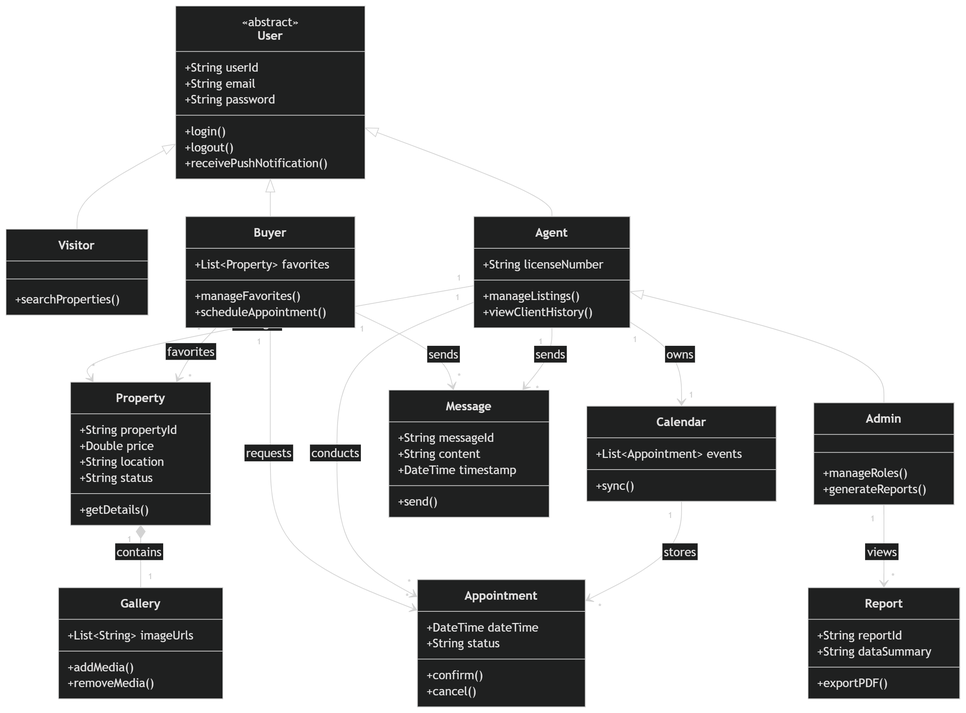
AZIZ-Soufiane/PropertyHub-PFE keeps this Mermaid diagram as Presentation/images/Class-Diagram.png. Above is the earlier version. Its source is kept beside it as Class-Diagram/Class-Diagram.mmd.
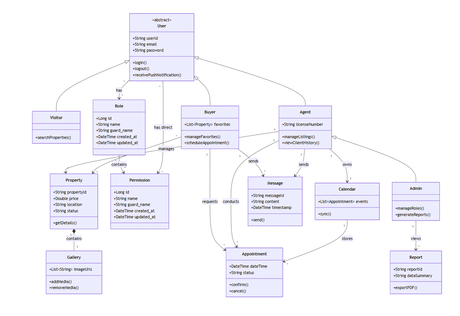
Above is the later version.

Commit message:
Updated Class Diagram

Diff of the diagram source:
```diff
@@ -30,6 +30,22 @@
 class Admin {
     +manageRoles()
     +generateReports()
+}
+
+class Role {
+    +Long id
+    +String name
+    +String guard_name
+    +DateTime created_at
+    +DateTime updated_at
+}
+
+class Permission {
+    +Long id
+    +String name
+    +String guard_name
+    +DateTime created_at
+    +DateTime updated_at
 }
 
 
@@ -96,3 +112,8 @@
 
 
 Admin "1" --> "*" Report : views
+
+
+User "*" --> "*" Role : has
+Role "*" --> "*" Permission : contains
+User "*" --> "*" Permission : has direct
```
